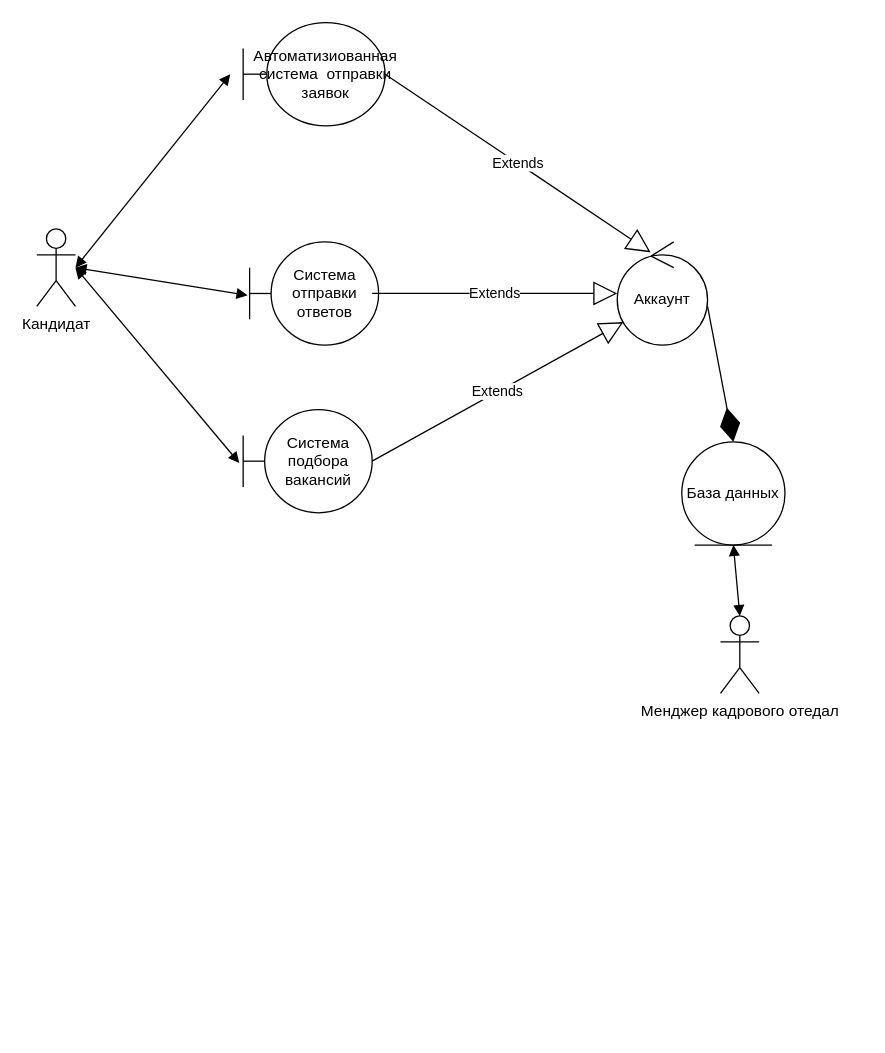
The draw.io diagram Диаграмма без названия.drawio in Leewhocan/10_siaod, before the edit. Source tidied: cells renumbered, new cells numbered last; positions are measured from the earlier drawing's top-left corner, leaving out a move shared by most shapes. Both pictures are drawn from the tidied source at 129%, with x=0, y=0 at pixel (36, 22).
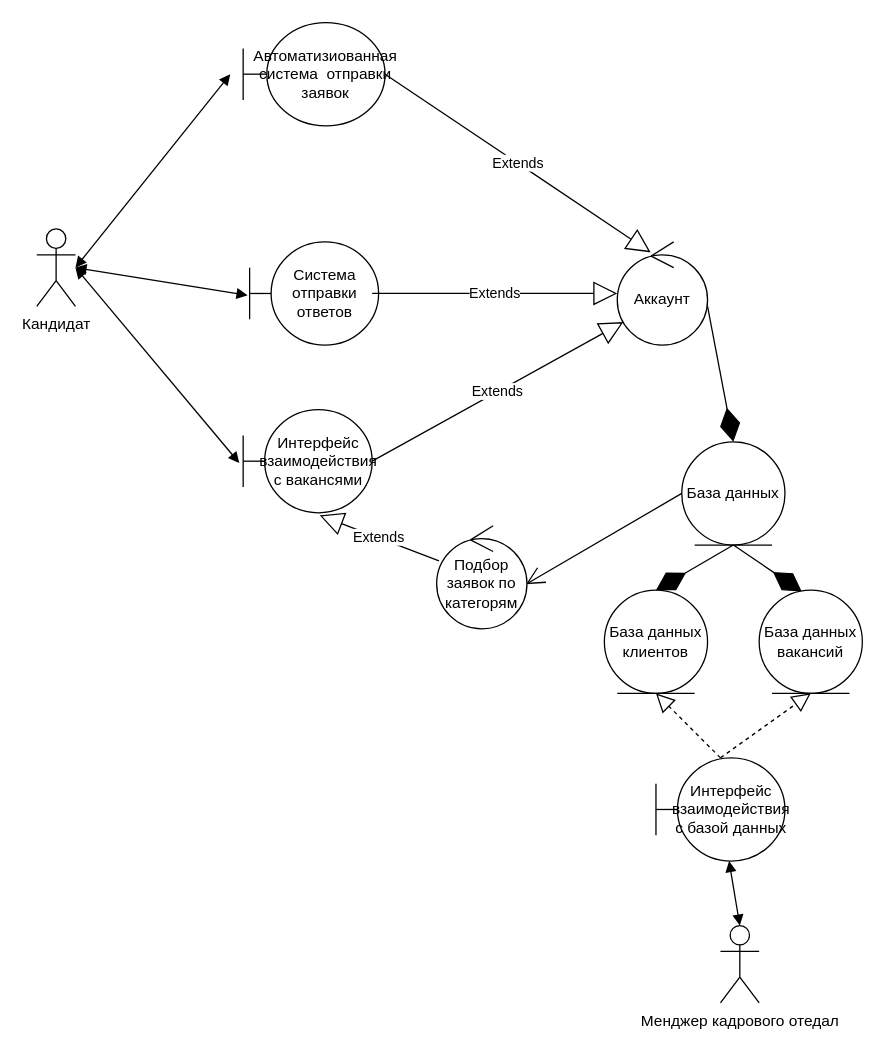
After the change.

Unchanged cells that the change refers to:
```xml
<mxCell id="10" value="База данных" style="ellipse;shape=umlEntity;whiteSpace=wrap;html=1;shadow=0;" parent="1" vertex="1">
  <mxGeometry x="500" y="325" width="80" height="80" as="geometry" />
</mxCell>
```

The edit, as a diff of the source:
```diff
@@
-    <mxCell id="6" value="Система подбора вакансий" style="shape=umlBoundary;whiteSpace=wrap;html=1;shadow=0;" parent="1" vertex="1">
+    <mxCell id="6" value="Интерфейс взаимодействия с вакансями" style="shape=umlBoundary;whiteSpace=wrap;html=1;shadow=0;" parent="1" vertex="1">
       <mxGeometry x="160" y="300" width="100" height="80" as="geometry" />
     </mxCell>
@@
     <mxCell id="15" value="Менджер кадрового отедал" style="shape=umlActor;verticalLabelPosition=bottom;verticalAlign=top;html=1;shadow=0;" parent="1" vertex="1">
-      <mxGeometry x="530" y="460" width="30" height="60" as="geometry" />
+      <mxGeometry x="530" y="700" width="30" height="60" as="geometry" />
     </mxCell>
-    <mxCell id="16" style="endArrow=block;startArrow=block;endFill=1;startFill=1;html=1;rounded=0;exitX=0.5;exitY=1;exitDx=0;exitDy=0;entryX=0.5;entryY=0;entryDx=0;entryDy=0;entryPerimeter=0;" parent="1" edge="1" source="10" target="15">
-      <mxGeometry relative="1" as="geometry" />
-    </mxCell>
+    <mxCell id="17" value="Подбор заявок по категорям" style="ellipse;shape=umlControl;whiteSpace=wrap;html=1;" parent="1" vertex="1">
+      <mxGeometry x="310" y="390" width="70" height="80" as="geometry" />
+    </mxCell>
+    <mxCell id="18" style="endArrow=diamondThin;endFill=1;endSize=24;html=1;rounded=0;entryX=0.63;entryY=0.013;entryDx=0;entryDy=0;entryPerimeter=0;exitX=0.5;exitY=1;exitDx=0;exitDy=0;" parent="1" edge="1" source="10">
+      <mxGeometry relative="1" as="geometry">
+        <mxPoint x="593" y="441" as="targetPoint" />
+      </mxGeometry>
+    </mxCell>
+    <mxCell id="19" style="endArrow=diamondThin;endFill=1;endSize=24;html=1;rounded=0;entryX=0.7;entryY=0;entryDx=0;entryDy=0;entryPerimeter=0;exitX=0.5;exitY=1;exitDx=0;exitDy=0;" parent="1" edge="1" source="10">
+      <mxGeometry relative="1" as="geometry">
+        <mxPoint x="480" y="440" as="targetPoint" />
+      </mxGeometry>
+    </mxCell>
+    <mxCell id="20" value="База данных клиентов" style="ellipse;shape=umlEntity;whiteSpace=wrap;html=1;" parent="1" vertex="1">
+      <mxGeometry x="440" y="440" width="80" height="80" as="geometry" />
+    </mxCell>
+    <mxCell id="21" value="База данных вакансий" style="ellipse;shape=umlEntity;whiteSpace=wrap;html=1;" parent="1" vertex="1">
+      <mxGeometry x="560" y="440" width="80" height="80" as="geometry" />
+    </mxCell>
+    <mxCell id="22" value="Интерфейс взаимодействия с базой данных" style="shape=umlBoundary;whiteSpace=wrap;html=1;" parent="1" vertex="1">
+      <mxGeometry x="480" y="570" width="100" height="80" as="geometry" />
+    </mxCell>
+    <mxCell id="23" style="endArrow=block;dashed=1;endFill=0;endSize=12;html=1;rounded=0;exitX=0.5;exitY=0;exitDx=0;exitDy=0;exitPerimeter=0;entryX=0.5;entryY=1;entryDx=0;entryDy=0;" parent="1" edge="1" source="22" target="20">
+      <mxGeometry relative="1" as="geometry" />
+    </mxCell>
+    <mxCell id="24" style="endArrow=block;dashed=1;endFill=0;endSize=12;html=1;rounded=0;entryX=0.5;entryY=1;entryDx=0;entryDy=0;" parent="1" edge="1" target="21">
+      <mxGeometry relative="1" as="geometry">
+        <mxPoint x="530" y="570" as="sourcePoint" />
+      </mxGeometry>
+    </mxCell>
+    <mxCell id="25" style="endArrow=block;startArrow=block;endFill=1;startFill=1;html=1;rounded=0;entryX=0.5;entryY=0;entryDx=0;entryDy=0;entryPerimeter=0;" parent="1" edge="1" source="22" target="15">
+      <mxGeometry relative="1" as="geometry" />
+    </mxCell>
+    <mxCell id="26" style="endArrow=open;endFill=1;endSize=12;html=1;rounded=0;exitX=0;exitY=0.5;exitDx=0;exitDy=0;entryX=0.99;entryY=0.567;entryDx=0;entryDy=0;entryPerimeter=0;" parent="1" edge="1" source="10" target="17">
+      <mxGeometry relative="1" as="geometry" />
+    </mxCell>
+    <mxCell id="27" value="Extends" style="endArrow=block;endSize=16;endFill=0;html=1;rounded=0;entryX=0.593;entryY=1.025;entryDx=0;entryDy=0;entryPerimeter=0;" parent="1" edge="1" source="17" target="6">
+      <mxGeometry relative="1" as="geometry" />
+    </mxCell>
```
